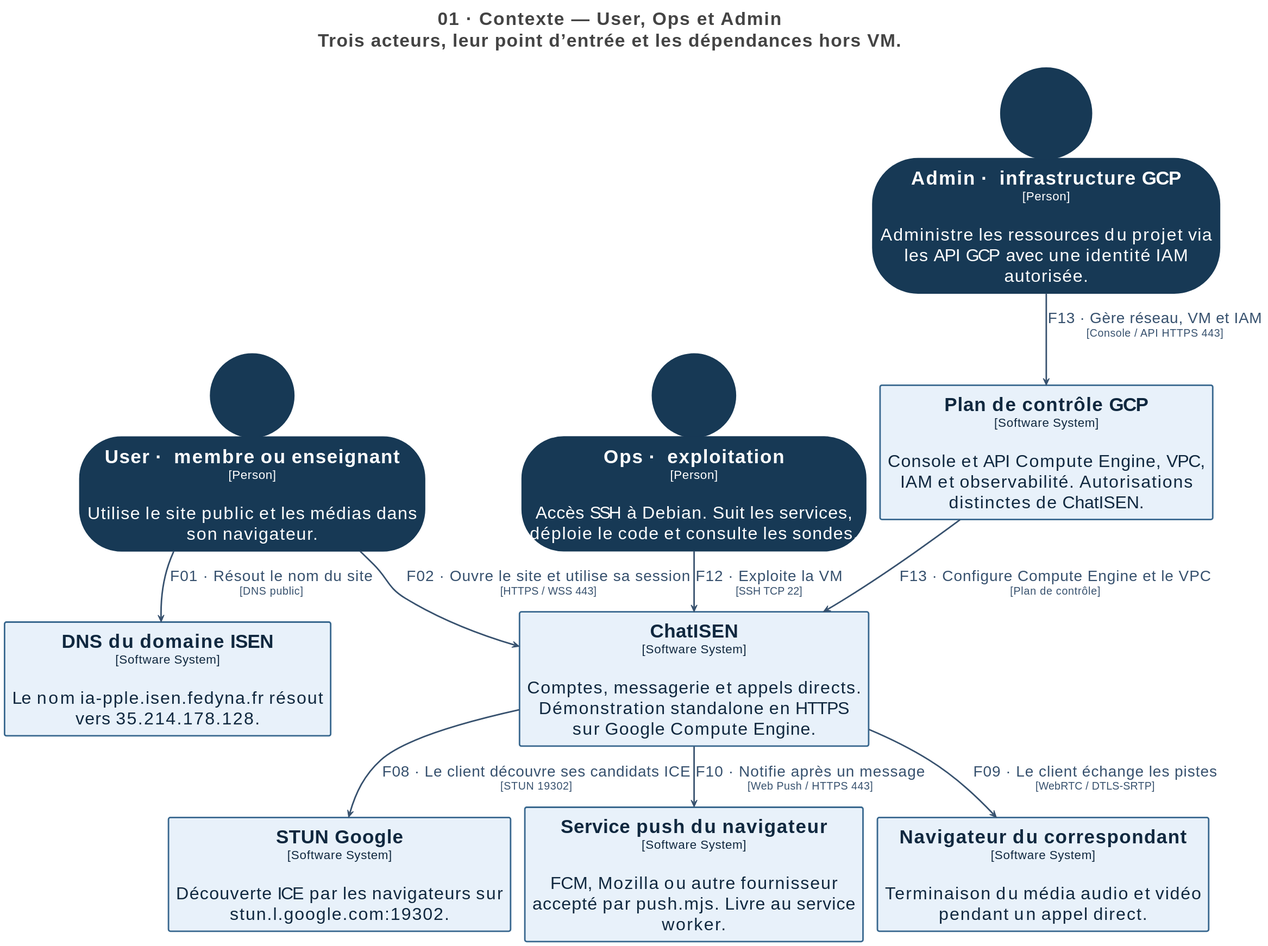
Zayonx-0/ChatISEN keeps this PlantUML diagram as docs/architecture/svg/01-contexte.svg. Above is the earlier version.
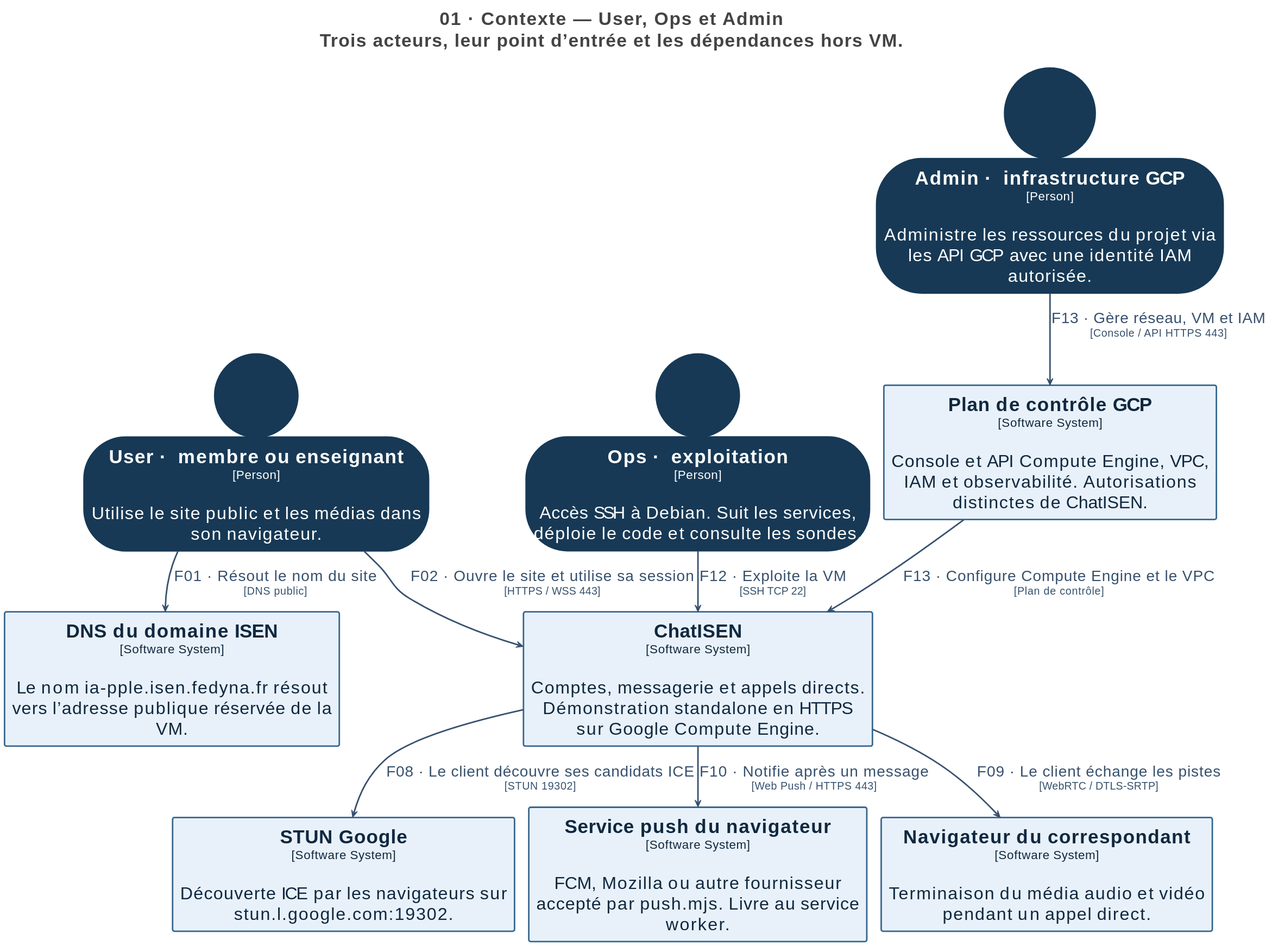
Later version of the same file.

Change to the diagram source:
```diff
@@ -52,7 +52,7 @@
 rectangle "==ChatISEN\n<size:16>[Software System]</size>\n\nComptes, messagerie et appels directs. Démonstration standalone en HTTPS sur Google Compute Engine." <<Element-RWxlbWVudA==>> as ChatISEN
 person "==Ops · exploitation\n<size:16>[Person]</size>\n\nAccès SSH à Debian. Suit les services, déploie le code et consulte les sondes." <<Element-RWxlbWVudCxQZXJzb24=>> as Opsexploitation
 person "==Admin · infrastructure GCP\n<size:16>[Person]</size>\n\nAdministre les ressources du projet via les API GCP avec une identité IAM autorisée." <<Element-RWxlbWVudCxQZXJzb24=>> as AdmininfrastructureGCP
-rectangle "==DNS du domaine ISEN\n<size:16>[Software System]</size>\n\nLe nom ia-pple.isen.fedyna.fr résout vers 35.214.178.128." <<Element-RWxlbWVudA==>> as DNSdudomaineISEN
+rectangle "==DNS du domaine ISEN\n<size:16>[Software System]</size>\n\nLe nom ia-pple.isen.fedyna.fr résout vers l’adresse publique réservée de la VM." <<Element-RWxlbWVudA==>> as DNSdudomaineISEN
 rectangle "==STUN Google\n<size:16>[Software System]</size>\n\nDécouverte ICE par les navigateurs sur stun.l.google.com:19302." <<Element-RWxlbWVudA==>> as STUNGoogle
 rectangle "==Service push du navigateur\n<size:16>[Software System]</size>\n\nFCM, Mozilla ou autre fournisseur accepté par push.mjs. Livre au service worker." <<Element-RWxlbWVudA==>> as Servicepushdunavigateur
 rectangle "==Navigateur du correspondant\n<size:16>[Software System]</size>\n\nTerminaison du média audio et vidéo pendant un appel direct." <<Element-RWxlbWVudA==>> as Navigateurducorrespondant
```
